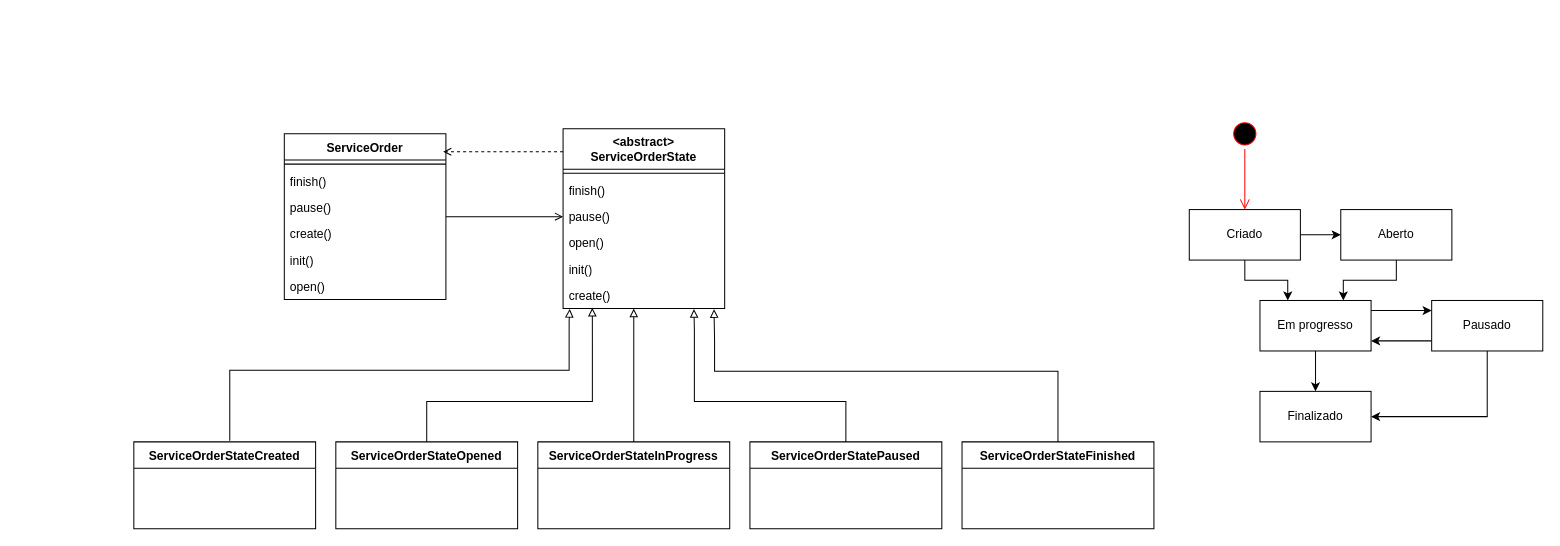
Before: src/main/java/org/example/diagram/atv2.drawio in rhuannascimento/atv2-AA-Engenharia-de-Software, a draw.io diagram. Source tidied: cells renumbered, new cells numbered last; positions are measured from the earlier drawing's top-left corner, leaving out a move shared by most shapes. Both pictures are drawn from the tidied source at 101%, with x=0, y=0 at pixel (133, 118).
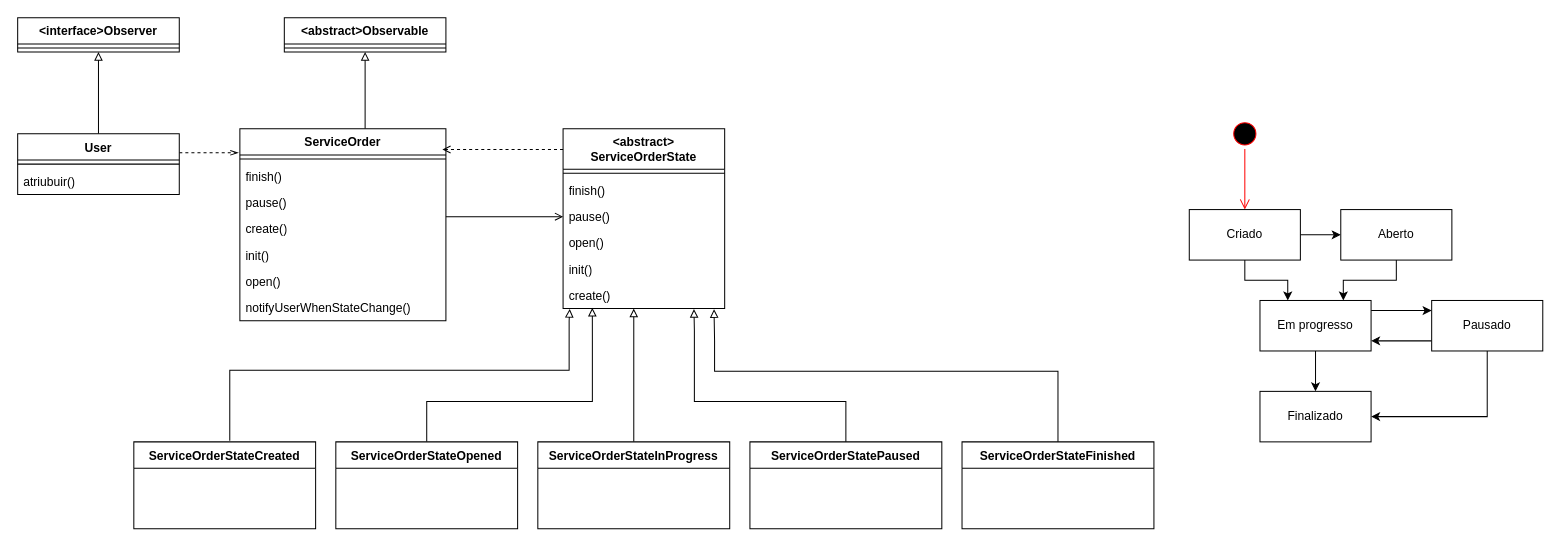
After the change.

Commit message (it also covers changes not shown here):
FEAT: Observer implements

Unchanged cells that the change refers to:
```xml
<mxCell id="2" value="&amp;lt;abstract&amp;gt;&lt;div&gt;ServiceOrderState&lt;/div&gt;&lt;div&gt;&lt;br&gt;&lt;/div&gt;" style="swimlane;fontStyle=1;align=center;verticalAlign=top;horizontal=1;startSize=40;whiteSpace=wrap;html=1;" parent="1" vertex="1">
  <mxGeometry x="425" y="10" width="160" height="178" as="geometry" />
</mxCell>
<mxCell id="5" value="pause()" style="text;strokeColor=none;fillColor=none;align=left;verticalAlign=top;spacingLeft=4;spacingRight=4;overflow=hidden;points=[[0,0.5],[1,0.5]];portConstraint=eastwest;whiteSpace=wrap;html=1;" parent="2" vertex="1">
  <mxGeometry y="74" width="160" height="26" as="geometry" />
</mxCell>
```

Change to the diagram source:
```diff
@@
     <mxCell id="9" style="edgeStyle=orthogonalEdgeStyle;rounded=0;jettySize=auto;html=1;entryX=0;entryY=0.5;entryDx=0;entryDy=0;endArrow=open;endFill=0;" parent="1" edge="1" source="10" target="5">
-      <mxGeometry relative="1" as="geometry" />
+      <mxGeometry relative="1" as="geometry">
+        <Array as="points">
+          <mxPoint x="340" y="97" />
+          <mxPoint x="340" y="97" />
+        </Array>
+      </mxGeometry>
     </mxCell>
+    <mxCell id="42" style="edgeStyle=orthogonalEdgeStyle;rounded=0;jettySize=auto;html=1;endArrow=block;endFill=0;" parent="1" edge="1" source="10" target="52">
+      <mxGeometry relative="1" as="geometry">
+        <Array as="points">
+          <mxPoint x="229" y="-40" />
+          <mxPoint x="229" y="-40" />
+        </Array>
+      </mxGeometry>
+    </mxCell>
     <mxCell id="10" value="&lt;div&gt;ServiceOrder&lt;/div&gt;&lt;div&gt;&lt;br&gt;&lt;/div&gt;" style="swimlane;fontStyle=1;align=center;verticalAlign=top;horizontal=1;startSize=26;whiteSpace=wrap;html=1;" parent="1" vertex="1">
-      <mxGeometry x="149" y="15" width="160" height="164" as="geometry" />
+      <mxGeometry x="105" y="10" width="204" height="190" as="geometry" />
     </mxCell>
     <mxCell id="11" style="line;strokeWidth=1;fillColor=none;align=left;verticalAlign=middle;spacingTop=-1;spacingLeft=3;spacingRight=3;labelPosition=right;strokeColor=inherit;" parent="10" vertex="1">
-      <mxGeometry y="26" width="160" height="8" as="geometry" />
+      <mxGeometry y="26" width="204" height="8" as="geometry" />
     </mxCell>
     <mxCell id="12" value="finish()" style="text;strokeColor=none;fillColor=none;align=left;verticalAlign=top;spacingLeft=4;spacingRight=4;overflow=hidden;whiteSpace=wrap;html=1;" parent="10" vertex="1">
-      <mxGeometry y="34" width="160" height="26" as="geometry" />
+      <mxGeometry y="34" width="204" height="26" as="geometry" />
     </mxCell>
     <mxCell id="13" value="pause()" style="text;strokeColor=none;fillColor=none;align=left;verticalAlign=top;spacingLeft=4;spacingRight=4;overflow=hidden;whiteSpace=wrap;html=1;" parent="10" vertex="1">
-      <mxGeometry y="60" width="160" height="26" as="geometry" />
+      <mxGeometry y="60" width="204" height="26" as="geometry" />
     </mxCell>
     <mxCell id="14" value="create()" style="text;strokeColor=none;fillColor=none;align=left;verticalAlign=top;spacingLeft=4;spacingRight=4;overflow=hidden;whiteSpace=wrap;html=1;" parent="10" vertex="1">
-      <mxGeometry y="86" width="160" height="26" as="geometry" />
+      <mxGeometry y="86" width="204" height="26" as="geometry" />
     </mxCell>
     <mxCell id="15" value="init()" style="text;strokeColor=none;fillColor=none;align=left;verticalAlign=top;spacingLeft=4;spacingRight=4;overflow=hidden;whiteSpace=wrap;html=1;" parent="10" vertex="1">
-      <mxGeometry y="112" width="160" height="26" as="geometry" />
+      <mxGeometry y="112" width="204" height="26" as="geometry" />
     </mxCell>
+    <mxCell id="43" value="open()" style="text;strokeColor=none;fillColor=none;align=left;verticalAlign=top;spacingLeft=4;spacingRight=4;overflow=hidden;whiteSpace=wrap;html=1;" parent="10" vertex="1">
+      <mxGeometry y="138" width="204" height="26" as="geometry" />
+    </mxCell>
-    <mxCell id="16" value="open()" style="text;strokeColor=none;fillColor=none;align=left;verticalAlign=top;spacingLeft=4;spacingRight=4;overflow=hidden;whiteSpace=wrap;html=1;" parent="10" vertex="1">
-      <mxGeometry y="138" width="160" height="26" as="geometry" />
+    <mxCell id="16" value="notifyUserWhenStateChange()" style="text;strokeColor=none;fillColor=none;align=left;verticalAlign=top;spacingLeft=4;spacingRight=4;overflow=hidden;whiteSpace=wrap;html=1;" parent="10" vertex="1">
+      <mxGeometry y="164" width="204" height="26" as="geometry" />
     </mxCell>
@@
     <mxCell id="41" style="edgeStyle=orthogonalEdgeStyle;rounded=0;jettySize=auto;html=1;entryX=0.983;entryY=0.108;entryDx=0;entryDy=0;entryPerimeter=0;dashed=1;endArrow=open;endFill=0;" parent="1" edge="1" source="2" target="10">
       <mxGeometry relative="1" as="geometry">
         <Array as="points">
-          <mxPoint x="367" y="33" />
+          <mxPoint x="367" y="30" />
         </Array>
       </mxGeometry>
     </mxCell>
+    <mxCell id="44" style="edgeStyle=orthogonalEdgeStyle;rounded=0;jettySize=auto;html=1;endArrow=block;endFill=0;" parent="1" edge="1" source="46" target="50">
+      <mxGeometry relative="1" as="geometry">
+        <Array as="points">
+          <mxPoint x="-35" y="-30" />
+          <mxPoint x="-35" y="-30" />
+        </Array>
+      </mxGeometry>
+    </mxCell>
+    <mxCell id="45" style="edgeStyle=orthogonalEdgeStyle;rounded=0;jettySize=auto;html=1;entryX=-0.007;entryY=0.125;entryDx=0;entryDy=0;entryPerimeter=0;endArrow=openThin;endFill=0;dashed=1;" parent="1" edge="1" source="46" target="10">
+      <mxGeometry relative="1" as="geometry">
+        <Array as="points">
+          <mxPoint x="75" y="34" />
+        </Array>
+      </mxGeometry>
+    </mxCell>
+    <mxCell id="46" value="&lt;div&gt;User&lt;/div&gt;" style="swimlane;fontStyle=1;align=center;verticalAlign=top;horizontal=1;startSize=26;whiteSpace=wrap;html=1;" parent="1" vertex="1">
+      <mxGeometry x="-115" y="15" width="160" height="60" as="geometry" />
+    </mxCell>
+    <mxCell id="47" style="line;strokeWidth=1;fillColor=none;align=left;verticalAlign=middle;spacingTop=-1;spacingLeft=3;spacingRight=3;labelPosition=right;strokeColor=inherit;" parent="46" vertex="1">
+      <mxGeometry y="26" width="160" height="8" as="geometry" />
+    </mxCell>
+    <mxCell id="48" value="atriubuir()" style="text;strokeColor=none;fillColor=none;align=left;verticalAlign=top;spacingLeft=4;spacingRight=4;overflow=hidden;whiteSpace=wrap;html=1;" parent="46" vertex="1">
+      <mxGeometry y="34" width="160" height="26" as="geometry" />
+    </mxCell>
+    <mxCell id="49" value="&lt;div&gt;&lt;span style=&quot;background-color: transparent; color: light-dark(rgb(0, 0, 0), rgb(255, 255, 255));&quot;&gt;&amp;lt;interface&amp;gt;&lt;/span&gt;Observer&lt;/div&gt;" style="swimlane;fontStyle=1;align=center;verticalAlign=top;horizontal=1;startSize=26;whiteSpace=wrap;html=1;" parent="1" vertex="1">
+      <mxGeometry x="-115" y="-100" width="160" height="34" as="geometry" />
+    </mxCell>
+    <mxCell id="50" style="line;strokeWidth=1;fillColor=none;align=left;verticalAlign=middle;spacingTop=-1;spacingLeft=3;spacingRight=3;labelPosition=right;points=[];portConstraint=eastwest;strokeColor=inherit;" parent="49" vertex="1">
+      <mxGeometry y="26" width="160" height="8" as="geometry" />
+    </mxCell>
+    <mxCell id="51" value="&lt;div&gt;&amp;lt;abstract&amp;gt;Observable&lt;/div&gt;" style="swimlane;fontStyle=1;align=center;verticalAlign=top;horizontal=1;startSize=26;whiteSpace=wrap;html=1;" parent="1" vertex="1">
+      <mxGeometry x="149" y="-100" width="160" height="34" as="geometry" />
+    </mxCell>
+    <mxCell id="52" style="line;strokeWidth=1;fillColor=none;align=left;verticalAlign=middle;spacingTop=-1;spacingLeft=3;spacingRight=3;labelPosition=right;points=[];portConstraint=eastwest;strokeColor=inherit;" parent="51" vertex="1">
+      <mxGeometry y="26" width="160" height="8" as="geometry" />
+    </mxCell>
```
